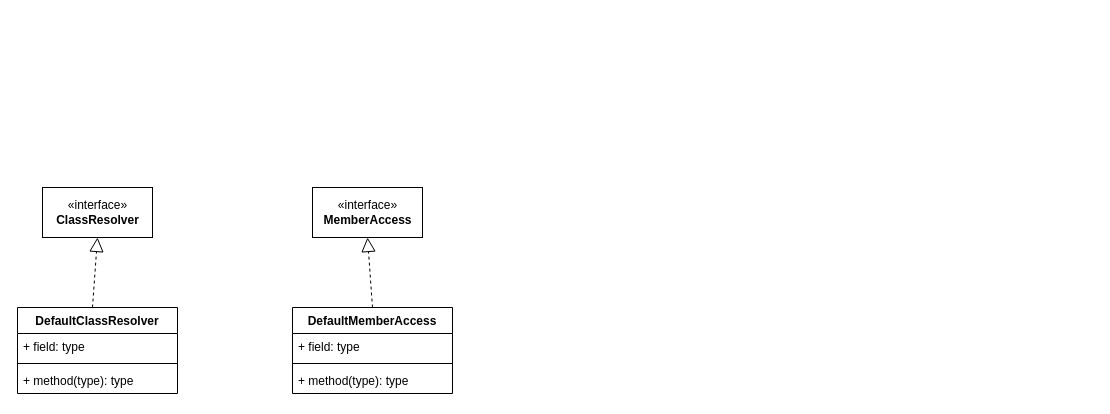
This is commons/commons-ognl.drawio from tadsimons/draw, a draw.io file, before an edit. Source tidied: cells renumbered, new cells numbered last; positions are measured from the earlier drawing's top-left corner, leaving out a move shared by most shapes. Both pictures are drawn from the tidied source at 100%, with x=0, y=0 at pixel (17, 187).
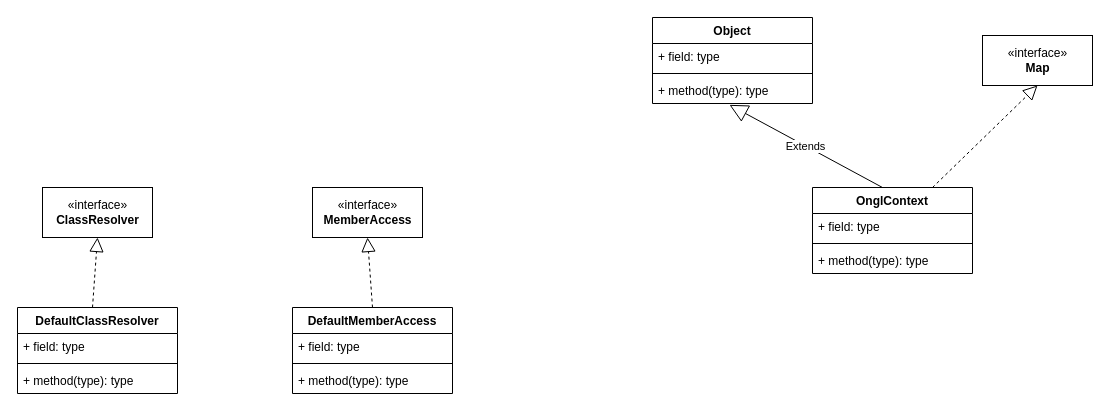
The same diagram, later.

Diff of the diagram source:
```diff
@@
+    <mxCell id="14" value="OnglContext" style="swimlane;fontStyle=1;align=center;verticalAlign=top;horizontal=1;startSize=26;" parent="1" vertex="1">
+      <mxGeometry x="795" width="160" height="86" as="geometry" />
+    </mxCell>
+    <mxCell id="15" value="Extends" style="endArrow=block;endSize=16;endFill=0;html=1;entryX=0.481;entryY=1.051;entryDx=0;entryDy=0;entryPerimeter=0;" parent="14" edge="1" target="23">
+      <mxGeometry relative="1" as="geometry">
+        <mxPoint x="70" as="sourcePoint" />
+      </mxGeometry>
+    </mxCell>
+    <mxCell id="16" style="endArrow=block;dashed=1;endFill=0;endSize=12;html=1;entryX=0.5;entryY=1;entryDx=0;entryDy=0;" parent="14" edge="1" target="24">
+      <mxGeometry relative="1" as="geometry">
+        <mxPoint x="120" as="sourcePoint" />
+      </mxGeometry>
+    </mxCell>
+    <mxCell id="17" value="+ field: type" style="text;strokeColor=none;fillColor=none;align=left;verticalAlign=top;spacingLeft=4;spacingRight=4;overflow=hidden;" parent="14" vertex="1">
+      <mxGeometry y="26" width="160" height="26" as="geometry" />
+    </mxCell>
+    <mxCell id="18" style="line;strokeWidth=1;fillColor=none;align=left;verticalAlign=middle;spacingTop=-1;spacingLeft=3;spacingRight=3;labelPosition=right;" parent="14" vertex="1">
+      <mxGeometry y="52" width="160" height="8" as="geometry" />
+    </mxCell>
+    <mxCell id="19" value="+ method(type): type" style="text;strokeColor=none;fillColor=none;align=left;verticalAlign=top;spacingLeft=4;spacingRight=4;overflow=hidden;" parent="14" vertex="1">
+      <mxGeometry y="60" width="160" height="26" as="geometry" />
+    </mxCell>
+    <mxCell id="20" value="Object" style="swimlane;fontStyle=1;align=center;verticalAlign=top;horizontal=1;startSize=26;" parent="1" vertex="1">
+      <mxGeometry x="635" y="-170" width="160" height="86" as="geometry" />
+    </mxCell>
+    <mxCell id="21" value="+ field: type" style="text;strokeColor=none;fillColor=none;align=left;verticalAlign=top;spacingLeft=4;spacingRight=4;overflow=hidden;" parent="20" vertex="1">
+      <mxGeometry y="26" width="160" height="26" as="geometry" />
+    </mxCell>
+    <mxCell id="22" style="line;strokeWidth=1;fillColor=none;align=left;verticalAlign=middle;spacingTop=-1;spacingLeft=3;spacingRight=3;labelPosition=right;" parent="20" vertex="1">
+      <mxGeometry y="52" width="160" height="8" as="geometry" />
+    </mxCell>
+    <mxCell id="23" value="+ method(type): type" style="text;strokeColor=none;fillColor=none;align=left;verticalAlign=top;spacingLeft=4;spacingRight=4;overflow=hidden;points=[[0,0.5],[1,0.5]];portConstraint=eastwest;" parent="20" vertex="1">
+      <mxGeometry y="60" width="160" height="26" as="geometry" />
+    </mxCell>
+    <mxCell id="24" value="«interface»&lt;br&gt;&lt;b&gt;Map&lt;/b&gt;" style="html=1;" parent="1" vertex="1">
+      <mxGeometry x="965" y="-152" width="110" height="50" as="geometry" />
+    </mxCell>
```
